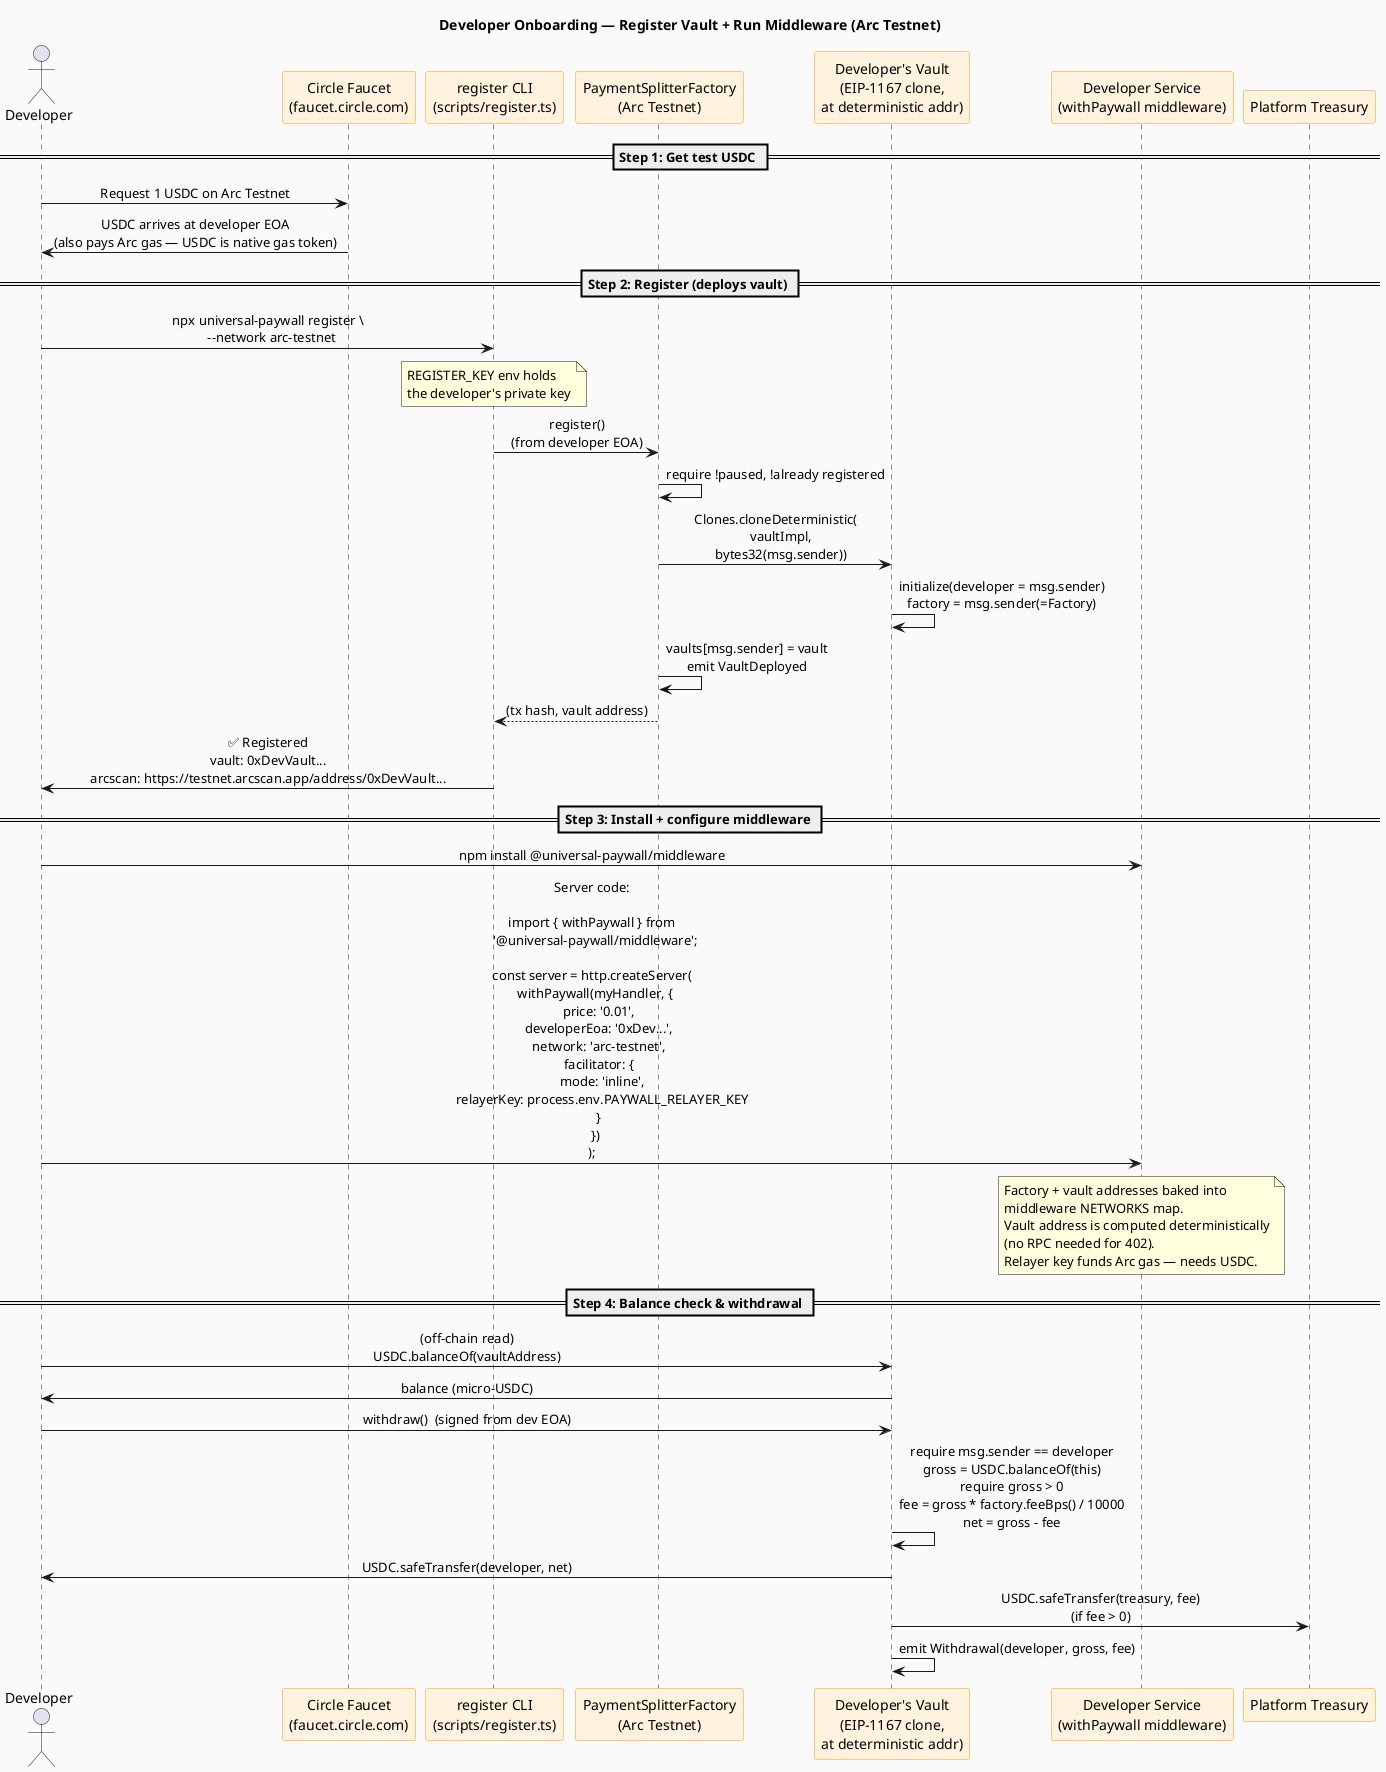
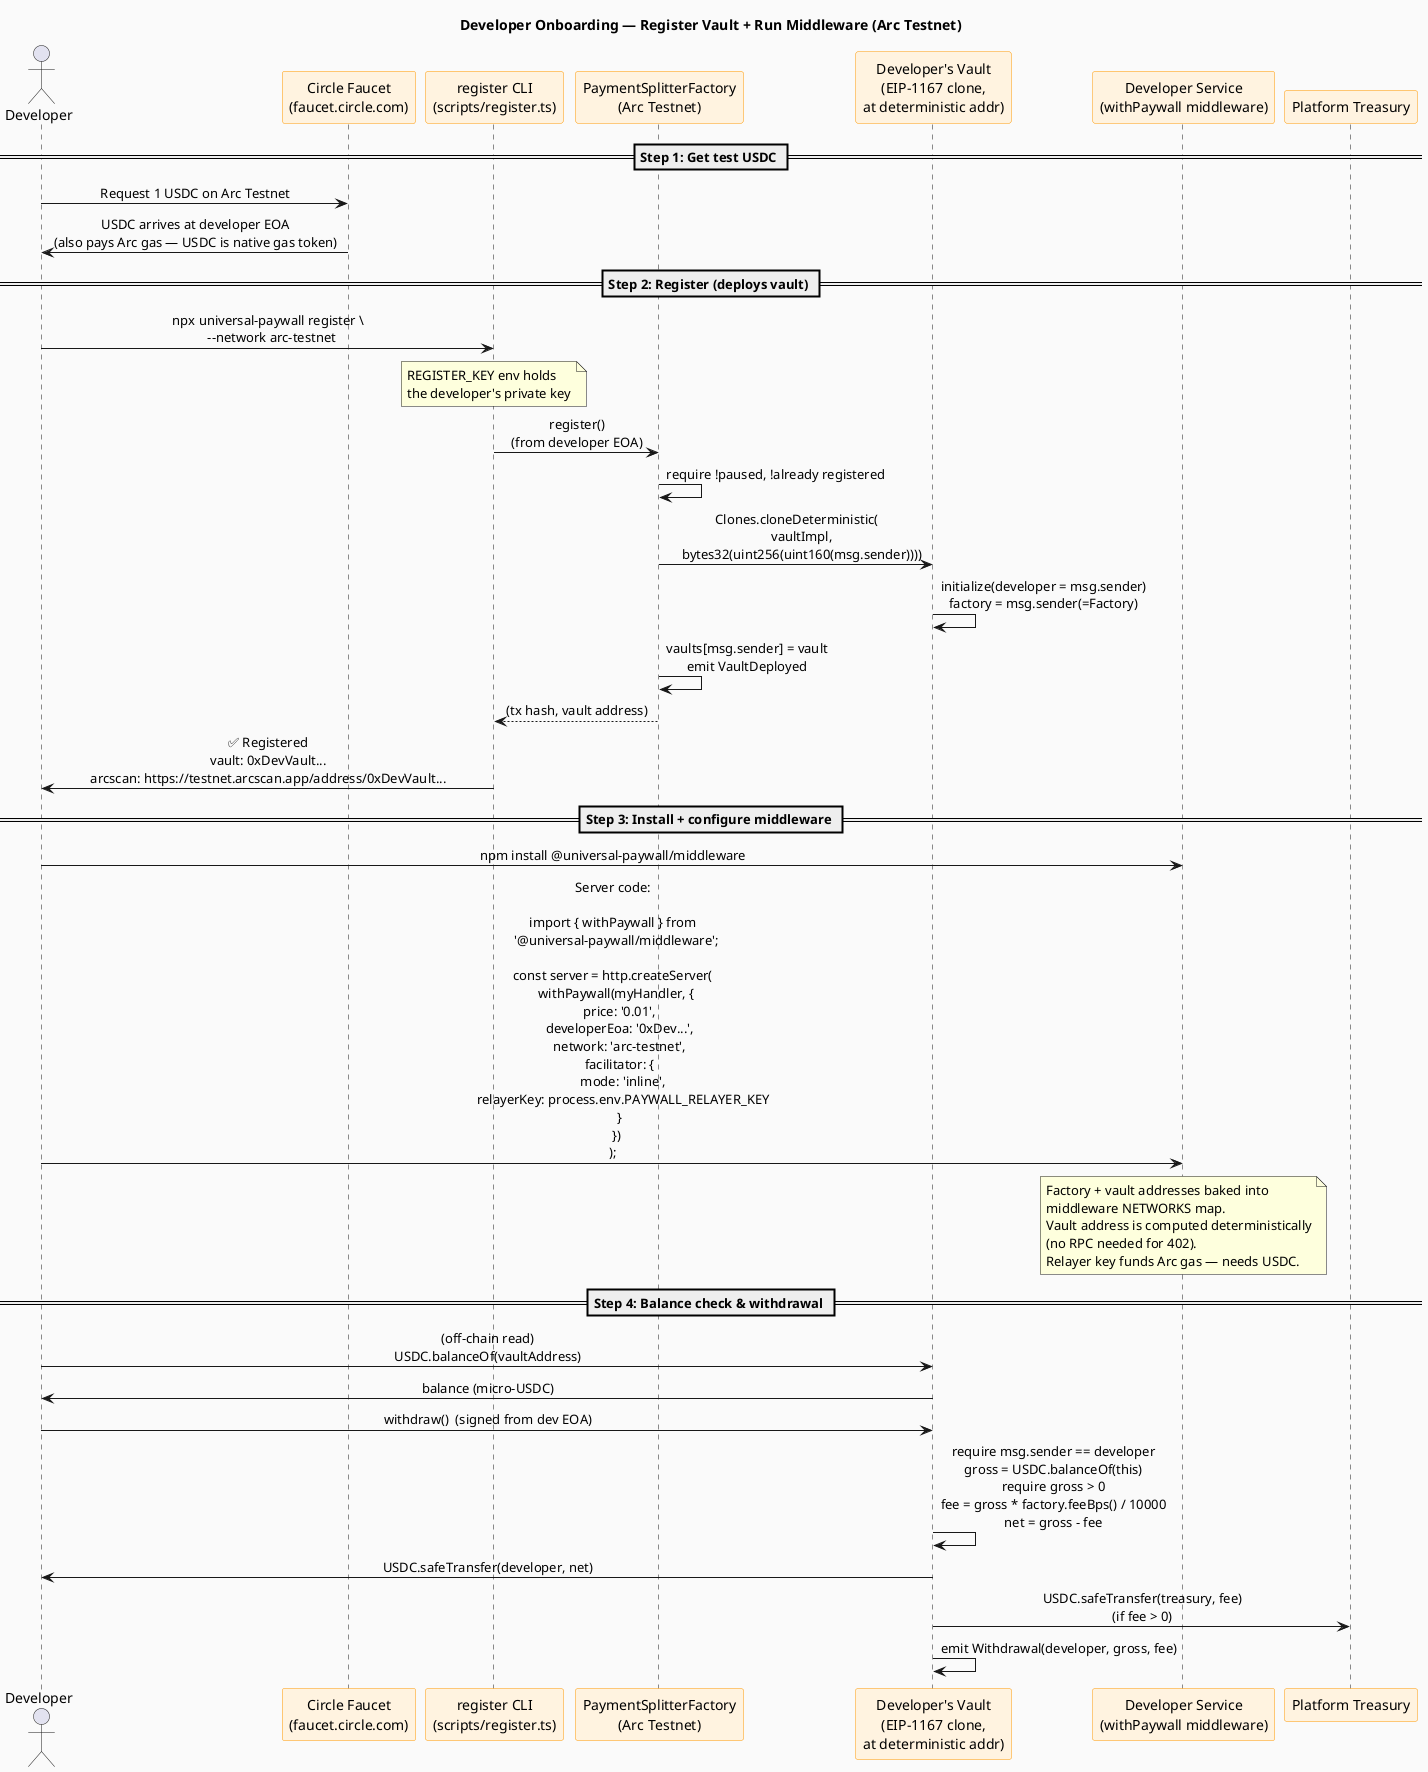
@startuml developer-onboarding
title Developer Onboarding — Register Vault + Run Middleware (Arc Testnet)

skinparam sequenceMessageAlign center
skinparam backgroundColor #FAFAFA
skinparam participantBackgroundColor #FFF3E0
skinparam participantBorderColor #FF9800

actor "Developer" as Dev
participant "Circle Faucet\n(faucet.circle.com)" as Faucet
participant "register CLI\n(scripts/register.ts)" as CLI
participant "PaymentSplitterFactory\n(Arc Testnet)" as Factory
participant "Developer's Vault\n(EIP-1167 clone,\nat deterministic addr)" as Vault
participant "Developer Service\n(withPaywall middleware)" as Service

== Step 1: Get test USDC ==
Dev -> Faucet : Request 1 USDC on Arc Testnet
Faucet -> Dev : USDC arrives at developer EOA\n(also pays Arc gas — USDC is native gas token)

== Step 2: Register (deploys vault) ==
Dev -> CLI : npx universal-paywall register \\\n  --network arc-testnet
note over CLI : REGISTER_KEY env holds\nthe developer's private key
CLI -> Factory : register()\n(from developer EOA)
Factory -> Factory : require !paused, !already registered
- Factory -> Vault : Clones.cloneDeterministic(\n   vaultImpl,\n   bytes32(msg.sender))
+ Factory -> Vault : Clones.cloneDeterministic(\n   vaultImpl,\n   bytes32(uint256(uint160(msg.sender))))
Vault -> Vault : initialize(developer = msg.sender)\nfactory = msg.sender(=Factory)
Factory -> Factory : vaults[msg.sender] = vault\nemit VaultDeployed
Factory --> CLI : (tx hash, vault address)
CLI -> Dev : ✅ Registered\nvault: 0xDevVault...\narcscan: https://testnet.arcscan.app/address/0xDevVault...

== Step 3: Install + configure middleware ==
Dev -> Service : npm install @universal-paywall/middleware

Dev -> Service : Server code:\n\nimport { withPaywall } from\n  '@universal-paywall/middleware';\n\nconst server = http.createServer(\n  withPaywall(myHandler, {\n    price: '0.01',\n    developerEoa: '0xDev...',\n    network: 'arc-testnet',\n    facilitator: {\n      mode: 'inline',\n      relayerKey: process.env.PAYWALL_RELAYER_KEY\n    }\n  })\n);

note over Service
  Factory + vault addresses baked into
  middleware NETWORKS map.
  Vault address is computed deterministically
  (no RPC needed for 402).
  Relayer key funds Arc gas — needs USDC.
end note

== Step 4: Balance check & withdrawal ==

Dev -> Vault : (off-chain read)\nUSDC.balanceOf(vaultAddress)
Vault -> Dev : balance (micro-USDC)

Dev -> Vault : withdraw()  (signed from dev EOA)
Vault -> Vault : require msg.sender == developer\ngross = USDC.balanceOf(this)\nrequire gross > 0\nfee = gross * factory.feeBps() / 10000\nnet = gross - fee
Vault -> Dev : USDC.safeTransfer(developer, net)
Vault -> "Platform Treasury" : USDC.safeTransfer(treasury, fee)\n(if fee > 0)
Vault -> Vault : emit Withdrawal(developer, gross, fee)

@enduml
